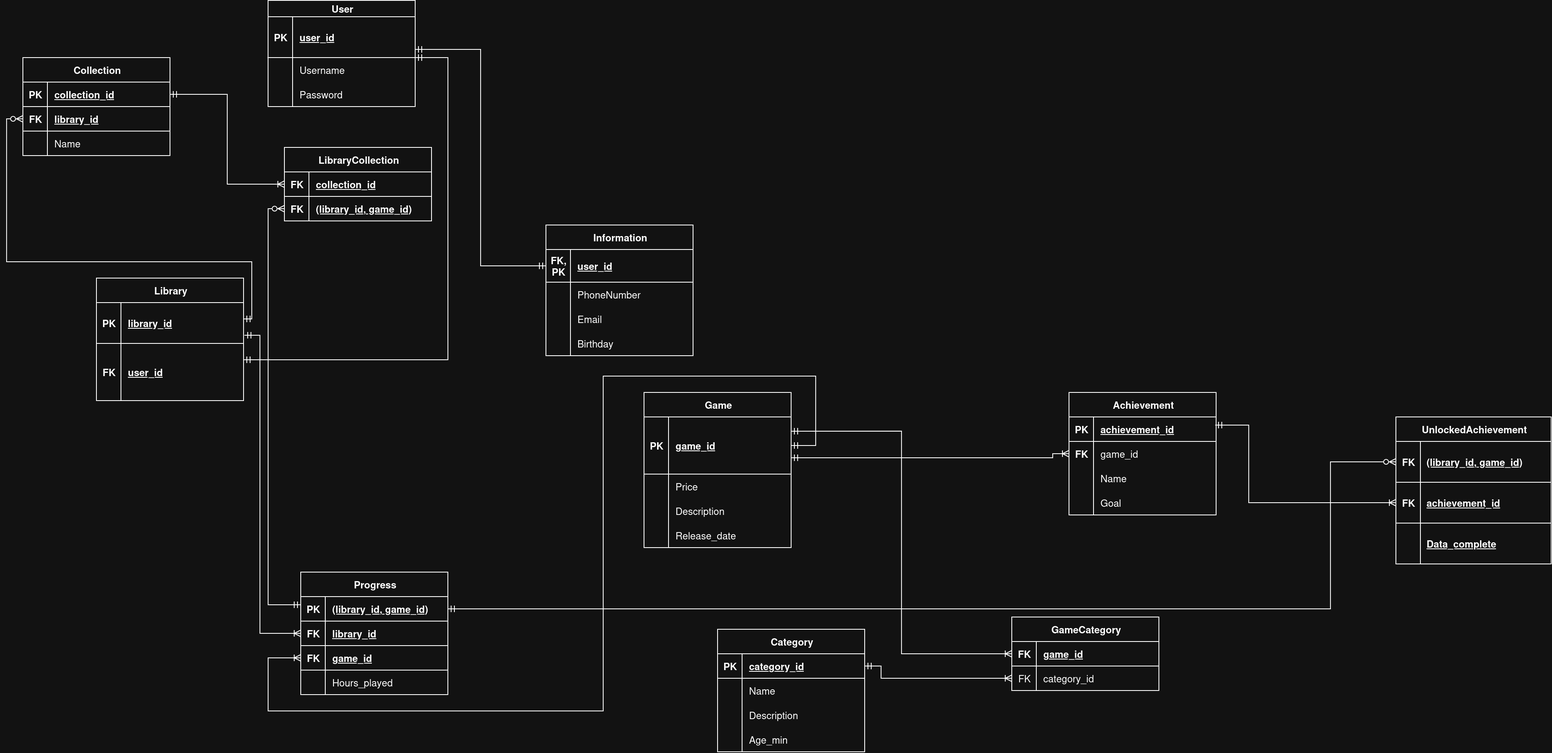
Before: lab1/lab1_scheme.png, a diagram exported from draw.io (Tr1ggerbtw/DB-). Source tidied: cells renumbered, new cells last; positions are measured from the earlier drawing's top-left corner, leaving out a move shared by most shapes.
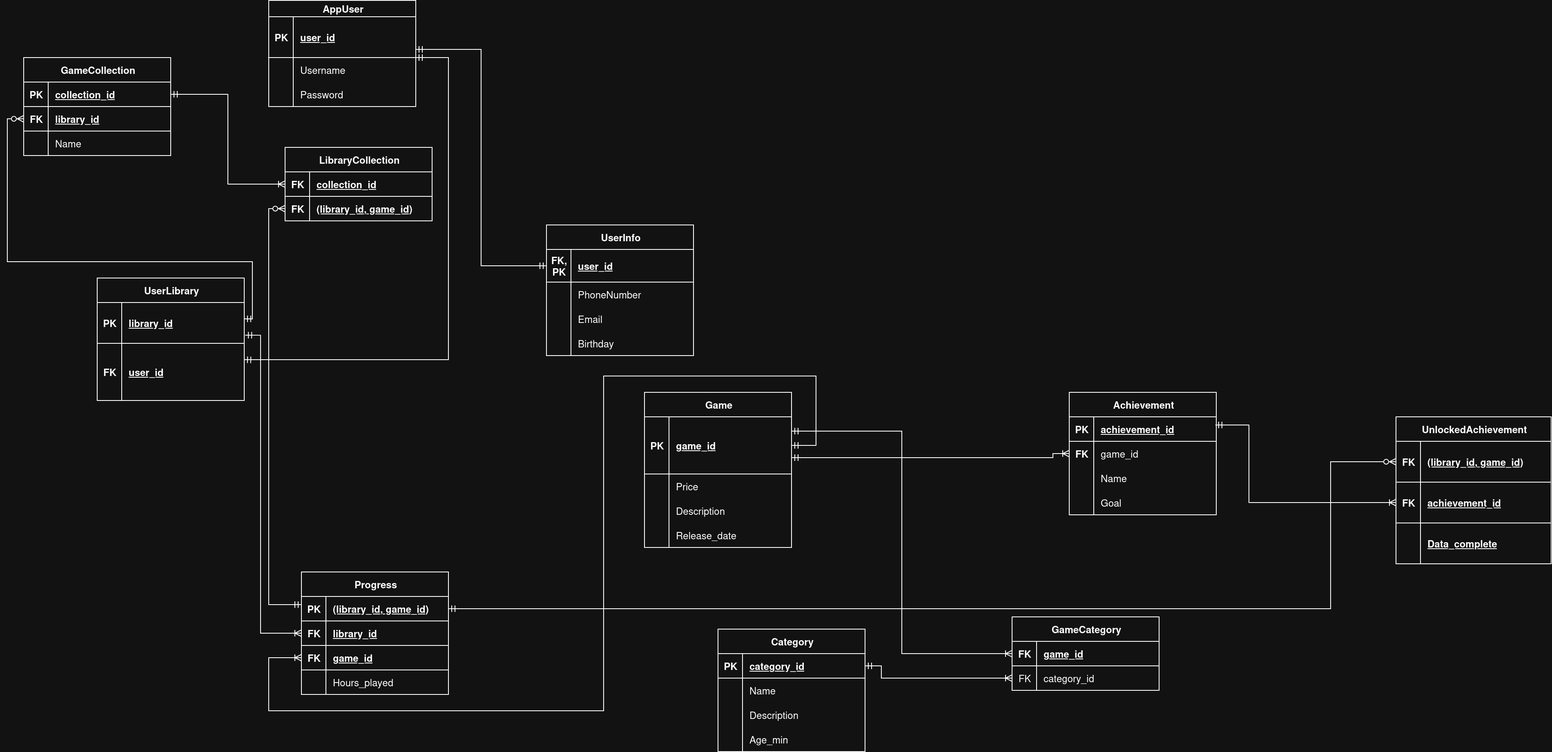
After the change.

Commit message:
Updated docker-compose && lab1_scheme since user and library are syntax words in SQL, that were causing mistakes in our scheme

What changed in the source:
```diff
@@ -2,7 +2,7 @@
   <root>
     <mxCell id="0" />
     <mxCell id="1" parent="0" />
-    <mxCell id="2" value="User" style="shape=table;startSize=20;rowLines=0;fontStyle=1;align=center;html=1;" parent="1" vertex="1">
+    <mxCell id="2" value="AppUser" style="shape=table;startSize=20;rowLines=0;fontStyle=1;align=center;html=1;" parent="1" vertex="1">
       <mxGeometry x="320" width="180" height="130" as="geometry" />
     </mxCell>
     <mxCell id="3" style="shape=tableRow;horizontal=0;startSize=0;swimlaneHead=0;swimlaneBody=0;fillColor=none;points=[[0,0.5],[1,0.5]];portConstraint=eastwest;top=0;left=0;right=0;bottom=1;" parent="2" vertex="1">
@@ -32,7 +32,7 @@
     <mxCell id="11" value="Password" style="shape=partialRectangle;fillColor=none;top=0;left=0;bottom=0;right=0;align=left;spacingLeft=6;overflow=hidden;whiteSpace=wrap;html=1;" parent="9" vertex="1">
       <mxGeometry x="30" width="150" height="30" as="geometry" />
     </mxCell>
-    <mxCell id="12" value="Information" style="shape=table;startSize=30;rowLines=0;fontStyle=1;align=center;html=1;" parent="1" vertex="1">
+    <mxCell id="12" value="UserInfo" style="shape=table;startSize=30;rowLines=0;fontStyle=1;align=center;html=1;" parent="1" vertex="1">
       <mxGeometry x="660" y="275" width="180" height="160" as="geometry" />
     </mxCell>
     <mxCell id="13" style="shape=tableRow;horizontal=0;startSize=0;swimlaneHead=0;swimlaneBody=0;fillColor=none;points=[[0,0.5],[1,0.5]];portConstraint=eastwest;top=0;left=0;right=0;bottom=1;" parent="12" vertex="1">
@@ -71,7 +71,7 @@
     <mxCell id="24" value="Birthday" style="shape=partialRectangle;fillColor=none;top=0;left=0;bottom=0;right=0;align=left;spacingLeft=6;overflow=hidden;whiteSpace=wrap;html=1;" parent="22" vertex="1">
       <mxGeometry x="30" width="150" height="30" as="geometry" />
     </mxCell>
-    <mxCell id="25" value="Library" style="shape=table;startSize=30;rowLines=0;fontStyle=1;align=center;html=1;" parent="1" vertex="1">
+    <mxCell id="25" value="UserLibrary" style="shape=table;startSize=30;rowLines=0;fontStyle=1;align=center;html=1;" parent="1" vertex="1">
       <mxGeometry x="110" y="340" width="180" height="150" as="geometry" />
     </mxCell>
     <mxCell id="26" style="shape=tableRow;horizontal=0;startSize=0;swimlaneHead=0;swimlaneBody=0;fillColor=none;points=[[0,0.5],[1,0.5]];portConstraint=eastwest;top=0;left=0;right=0;bottom=1;" parent="25" vertex="1">
@@ -321,7 +321,7 @@
         </Array>
       </mxGeometry>
     </mxCell>
-    <mxCell id="97" value="Collection" style="shape=table;startSize=30;rowLines=0;fontStyle=1;align=center;html=1;" parent="1" vertex="1">
+    <mxCell id="97" value="GameCollection" style="shape=table;startSize=30;rowLines=0;fontStyle=1;align=center;html=1;" parent="1" vertex="1">
       <mxGeometry x="20" y="70" width="180" height="120" as="geometry" />
     </mxCell>
     <mxCell id="98" style="shape=tableRow;horizontal=0;startSize=0;swimlaneHead=0;swimlaneBody=0;fillColor=none;points=[[0,0.5],[1,0.5]];portConstraint=eastwest;top=0;left=0;right=0;bottom=1;" parent="97" vertex="1">
```
